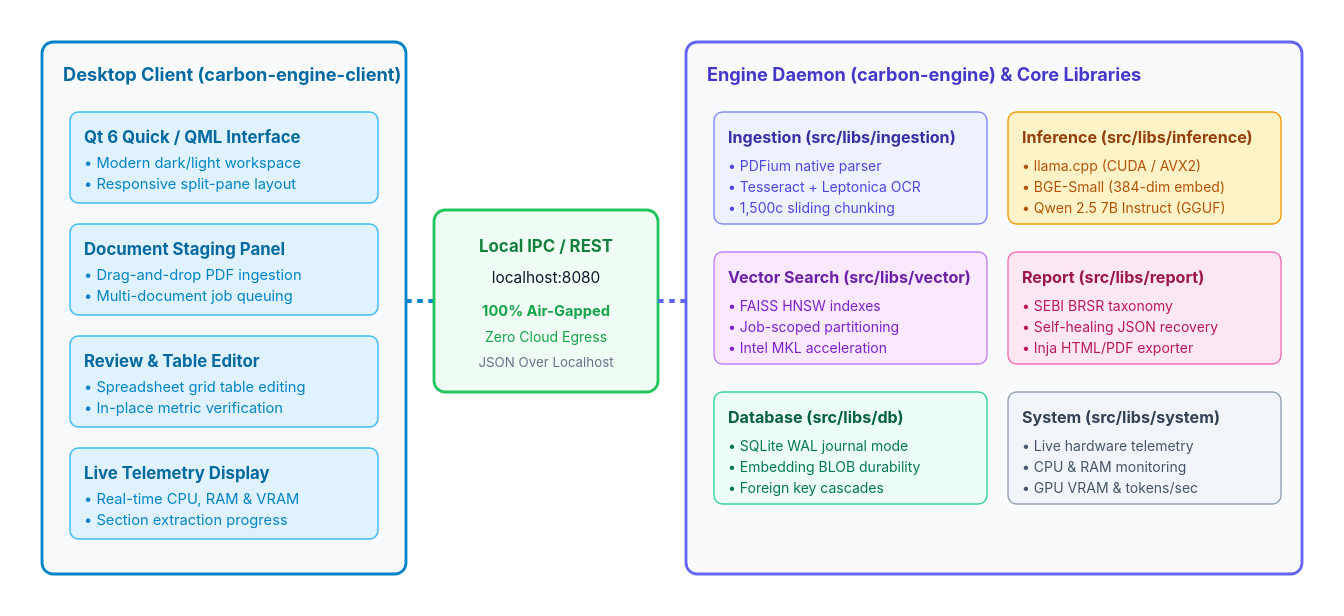
Before: docs/high_level_architecture.drawio.svg, a diagram exported from draw.io (carbonservices/carbon-engine). Source tidied: cells renumbered, new cells last; positions are measured from the earlier drawing's top-left corner, leaving out a move shared by most shapes.
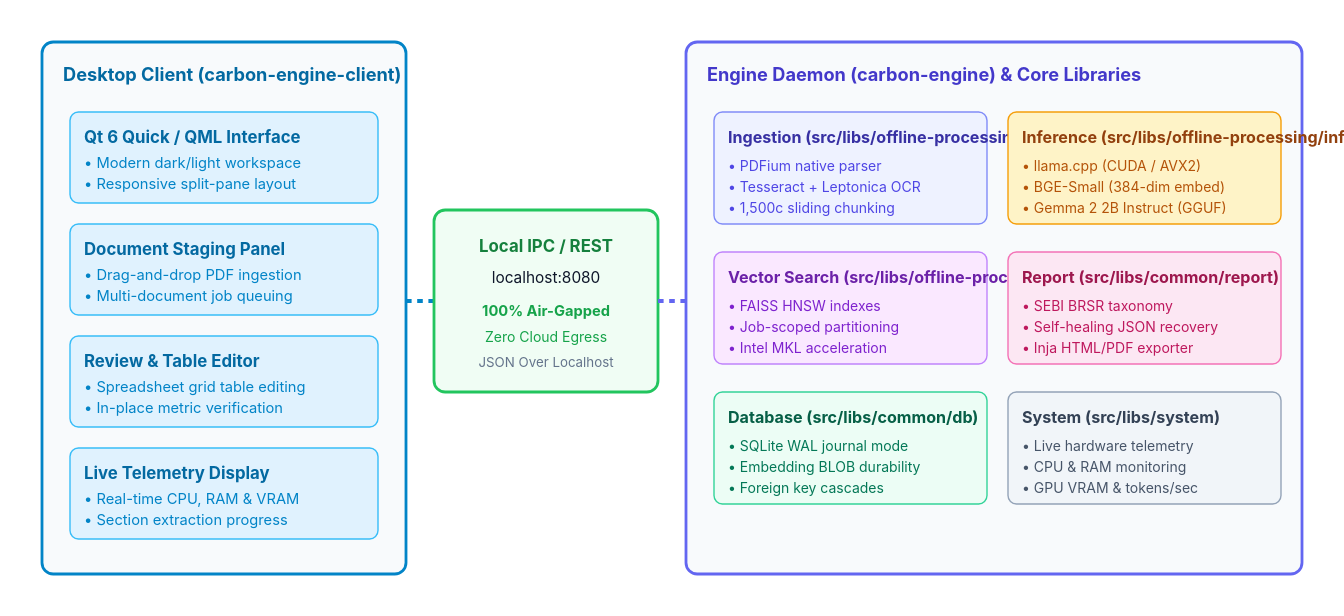
After the change.

What changed in the source:
```diff
@@ -23,19 +23,19 @@
     <mxCell id="8" value="Engine Daemon (carbon-engine) &amp; Core Libraries" style="rounded=1;whiteSpace=wrap;html=1;fillColor=#f8fafc;strokeColor=#6366f1;strokeWidth=2;fontColor=#4338ca;fontStyle=1;fontSize=13;verticalAlign=top;align=left;spacingLeft=15;spacingTop=10;" parent="1" vertex="1">
       <mxGeometry x="460" width="440" height="380" as="geometry" />
     </mxCell>
-    <mxCell id="9" value="Ingestion (src/libs/ingestion)&#10;PDFium parser + Tesseract OCR&#10;1500-char sliding chunking" style="rounded=1;whiteSpace=wrap;html=1;fillColor=#eef2ff;strokeColor=#818cf8;fontColor=#3730a3;fontSize=11;align=left;spacingLeft=10;" parent="1" vertex="1">
+    <mxCell id="9" value="Ingestion (src/libs/offline-processing/ingestion)&#10;PDFium parser + Tesseract OCR&#10;1500-char sliding chunking" style="rounded=1;whiteSpace=wrap;html=1;fillColor=#eef2ff;strokeColor=#818cf8;fontColor=#3730a3;fontSize=11;align=left;spacingLeft=10;" parent="1" vertex="1">
       <mxGeometry x="480" y="50" width="190" height="80" as="geometry" />
     </mxCell>
-    <mxCell id="10" value="Inference (src/libs/inference)&#10;llama.cpp (CUDA / AVX2)&#10;BGE-Small &amp; Qwen 2.5 7B" style="rounded=1;whiteSpace=wrap;html=1;fillColor=#fef3c7;strokeColor=#f59e0b;fontColor=#92400e;fontSize=11;align=left;spacingLeft=10;" parent="1" vertex="1">
+    <mxCell id="10" value="Inference (src/libs/offline-processing/inference)&#10;llama.cpp (CUDA / AVX2)&#10;BGE-Small &amp; Gemma 2 2B" style="rounded=1;whiteSpace=wrap;html=1;fillColor=#fef3c7;strokeColor=#f59e0b;fontColor=#92400e;fontSize=11;align=left;spacingLeft=10;" parent="1" vertex="1">
       <mxGeometry x="690" y="50" width="190" height="80" as="geometry" />
     </mxCell>
-    <mxCell id="11" value="Vector Search (src/libs/vector)&#10;FAISS HNSW per-job partitions&#10;Intel MKL accelerated index" style="rounded=1;whiteSpace=wrap;html=1;fillColor=#fae8ff;strokeColor=#c084fc;fontColor=#6b21a8;fontSize=11;align=left;spacingLeft=10;" parent="1" vertex="1">
+    <mxCell id="11" value="Vector Search (src/libs/offline-processing/vector)&#10;FAISS HNSW per-job partitions&#10;Intel MKL accelerated index" style="rounded=1;whiteSpace=wrap;html=1;fillColor=#fae8ff;strokeColor=#c084fc;fontColor=#6b21a8;fontSize=11;align=left;spacingLeft=10;" parent="1" vertex="1">
       <mxGeometry x="480" y="150" width="190" height="80" as="geometry" />
     </mxCell>
-    <mxCell id="12" value="Report (src/libs/report)&#10;SEBI BRSR schemas &amp; recovery&#10;Inja HTML/PDF exporter" style="rounded=1;whiteSpace=wrap;html=1;fillColor=#fce7f3;strokeColor=#f472b6;fontColor=#9d174d;fontSize=11;align=left;spacingLeft=10;" parent="1" vertex="1">
+    <mxCell id="12" value="Report (src/libs/common/report)&#10;SEBI BRSR schemas &amp; recovery&#10;Inja HTML/PDF exporter" style="rounded=1;whiteSpace=wrap;html=1;fillColor=#fce7f3;strokeColor=#f472b6;fontColor=#9d174d;fontSize=11;align=left;spacingLeft=10;" parent="1" vertex="1">
       <mxGeometry x="690" y="150" width="190" height="80" as="geometry" />
     </mxCell>
-    <mxCell id="13" value="Database (src/libs/db)&#10;SQLite WAL embedded store&#10;Embedding BLOB durability" style="rounded=1;whiteSpace=wrap;html=1;fillColor=#ecfdf5;strokeColor=#34d399;fontColor=#065f46;fontSize=11;align=left;spacingLeft=10;" parent="1" vertex="1">
+    <mxCell id="13" value="Database (src/libs/common/db)&#10;SQLite WAL embedded store&#10;Embedding BLOB durability" style="rounded=1;whiteSpace=wrap;html=1;fillColor=#ecfdf5;strokeColor=#34d399;fontColor=#065f46;fontSize=11;align=left;spacingLeft=10;" parent="1" vertex="1">
       <mxGeometry x="480" y="250" width="190" height="80" as="geometry" />
     </mxCell>
     <mxCell id="14" value="System (src/libs/system)&#10;Hardware metrics telemetry&#10;CPU, RAM, GPU VRAM, t/s" style="rounded=1;whiteSpace=wrap;html=1;fillColor=#f1f5f9;strokeColor=#94a3b8;fontColor=#334155;fontSize=11;align=left;spacingLeft=10;" parent="1" vertex="1">
```
